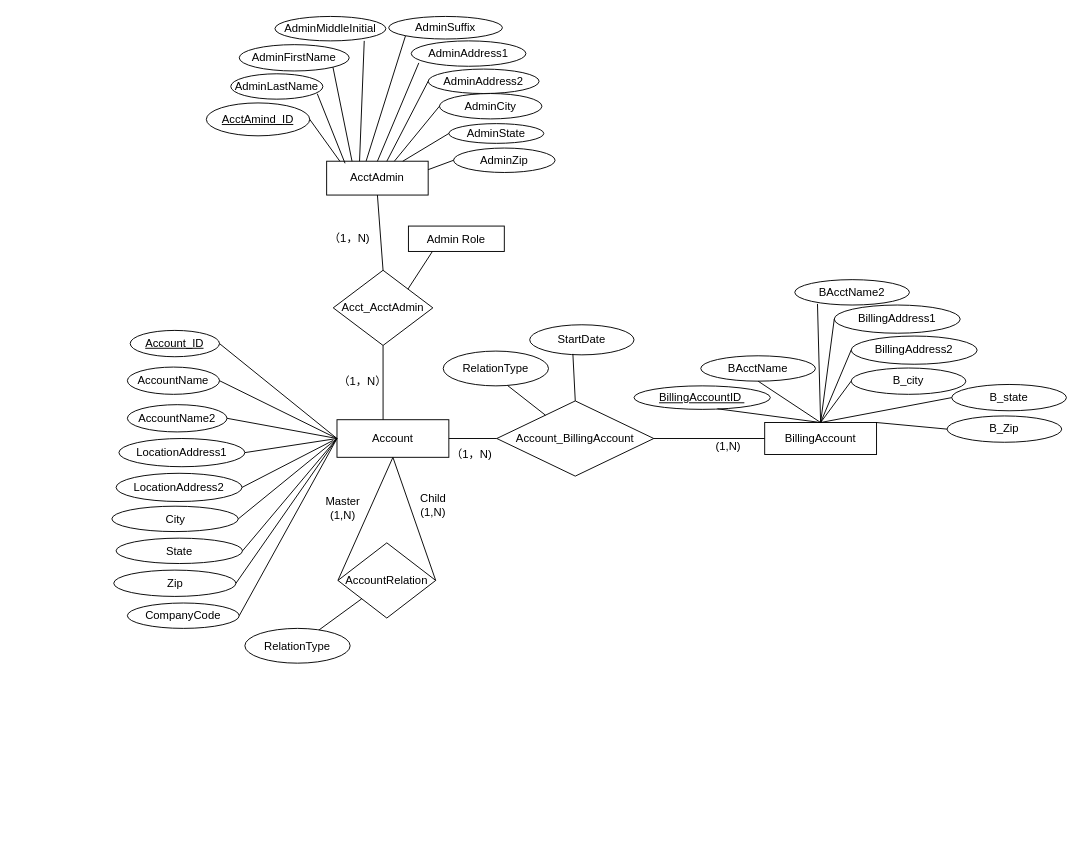
This is page "Page-1" (1 of 2) of dsm-project-p1.drawio from HanquanL/c_practices, a draw.io file, before an edit. Source tidied: cells renumbered, new cells numbered last; positions are measured from the earlier drawing's top-left corner, leaving out a move shared by most shapes. Both pictures are drawn from the tidied source at 94%, with x=0, y=0 at pixel (111, 16).
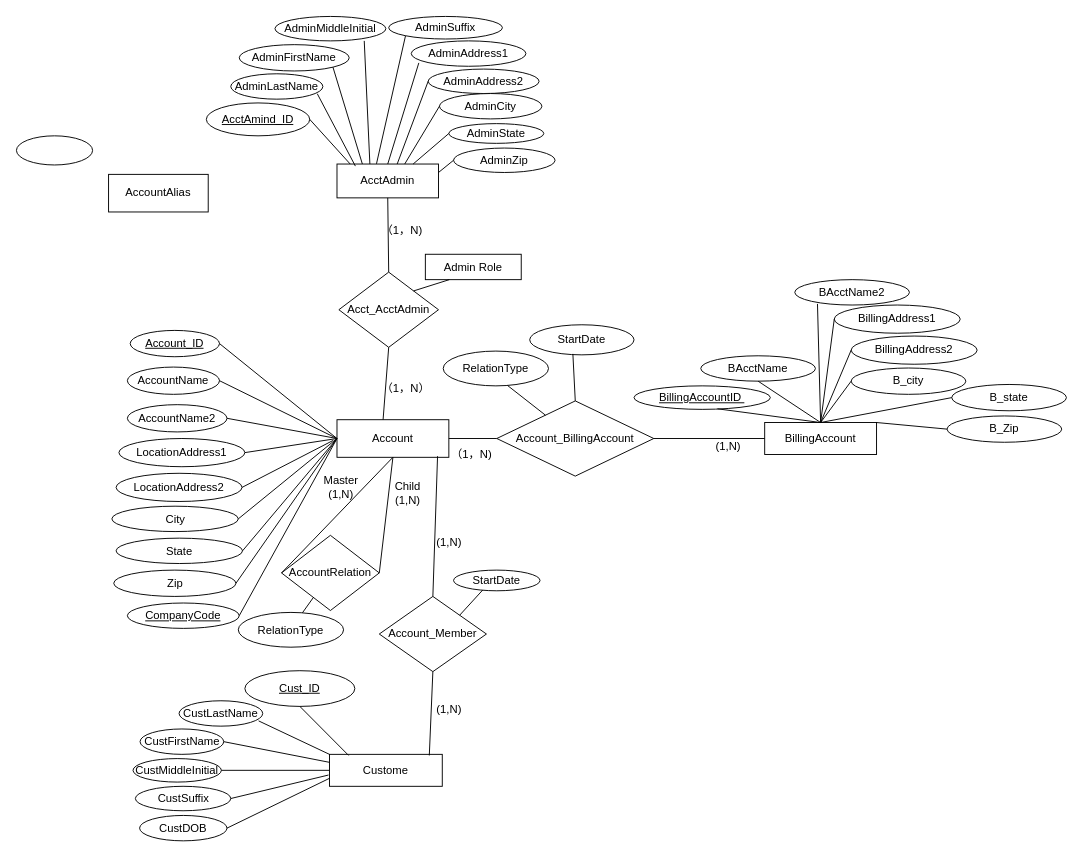
The same page after the edit.

Commit message:
working on alias

The change refers to these unchanged cells:
```xml
<mxCell id="2" value="Account" style="rounded=0;whiteSpace=wrap;html=1;" parent="1" vertex="1">
  <mxGeometry x="240" y="429" width="119" height="40" as="geometry" />
</mxCell>
```

What changed in the source:
```diff
@@
-    <mxCell id="11" value="CompanyCode" style="ellipse;whiteSpace=wrap;html=1;" parent="1" vertex="1">
+    <mxCell id="11" value="&lt;u&gt;CompanyCode&lt;/u&gt;" style="ellipse;whiteSpace=wrap;html=1;" parent="1" vertex="1">
       <mxGeometry x="17" y="624" width="119" height="27" as="geometry" />
     </mxCell>
@@
     <mxCell id="43" value="AccountRelation" style="rhombus;whiteSpace=wrap;html=1;" parent="1" vertex="1">
-      <mxGeometry x="241" y="560" width="104" height="80" as="geometry" />
+      <mxGeometry x="181" y="552" width="104" height="80" as="geometry" />
     </mxCell>
@@
     <mxCell id="48" value="RelationType" style="ellipse;whiteSpace=wrap;html=1;" parent="1" vertex="1">
-      <mxGeometry x="142" y="651" width="112" height="37" as="geometry" />
+      <mxGeometry x="135" y="634" width="112" height="37" as="geometry" />
     </mxCell>
@@
     <mxCell id="52" value="Master&lt;div&gt;(1,N)&lt;/div&gt;" style="text;html=1;align=center;verticalAlign=middle;strokeColor=none;fillColor=none;" parent="1" vertex="1">
-      <mxGeometry x="218" y="502" width="55" height="41" as="geometry" />
+      <mxGeometry x="216" y="480" width="55" height="41" as="geometry" />
     </mxCell>
     <mxCell id="53" value="Child&lt;div&gt;(1,N)&lt;/div&gt;" style="text;html=1;align=center;verticalAlign=middle;strokeColor=none;fillColor=none;" parent="1" vertex="1">
-      <mxGeometry x="319" y="499" width="45" height="41" as="geometry" />
+      <mxGeometry x="292" y="486" width="45" height="41" as="geometry" />
     </mxCell>
     <mxCell id="54" value="AcctAdmin" style="rounded=0;whiteSpace=wrap;html=1;" parent="1" vertex="1">
-      <mxGeometry x="229" y="154" width="108" height="36" as="geometry" />
+      <mxGeometry x="240" y="157" width="108" height="36" as="geometry" />
     </mxCell>
@@
     <mxCell id="75" value="Acct_AcctAdmin" style="rhombus;whiteSpace=wrap;html=1;" parent="1" vertex="1">
-      <mxGeometry x="236" y="270" width="106" height="80" as="geometry" />
+      <mxGeometry x="242" y="272" width="106" height="80" as="geometry" />
     </mxCell>
@@
     <mxCell id="78" value="Admin Role" style="rounded=0;whiteSpace=wrap;html=1;" parent="1" vertex="1">
-      <mxGeometry x="316" y="223" width="102" height="27" as="geometry" />
+      <mxGeometry x="334" y="253" width="102" height="27" as="geometry" />
     </mxCell>
@@
     <mxCell id="80" value="（1，N)" style="text;html=1;align=center;verticalAlign=middle;strokeColor=none;fillColor=none;" parent="1" vertex="1">
-      <mxGeometry x="222" y="223" width="61" height="26" as="geometry" />
+      <mxGeometry x="278" y="215" width="61" height="26" as="geometry" />
     </mxCell>
     <mxCell id="81" value="（1，N）" style="text;html=1;align=center;verticalAlign=middle;strokeColor=none;fillColor=none;" parent="1" vertex="1">
-      <mxGeometry x="232" y="376" width="69" height="26" as="geometry" />
+      <mxGeometry x="278" y="383" width="69" height="26" as="geometry" />
     </mxCell>
+    <mxCell id="82" value="Custome" style="rounded=0;whiteSpace=wrap;html=1;" parent="1" vertex="1">
+      <mxGeometry x="232" y="785" width="120" height="34" as="geometry" />
+    </mxCell>
+    <mxCell id="83" value="&lt;u&gt;Cust_ID&lt;/u&gt;" style="ellipse;whiteSpace=wrap;html=1;" parent="1" vertex="1">
+      <mxGeometry x="142" y="696" width="117" height="38" as="geometry" />
+    </mxCell>
+    <mxCell id="84" value="CustLastName" style="ellipse;whiteSpace=wrap;html=1;" parent="1" vertex="1">
+      <mxGeometry x="72" y="728" width="89" height="27" as="geometry" />
+    </mxCell>
+    <mxCell id="85" value="CustFirstName" style="ellipse;whiteSpace=wrap;html=1;" parent="1" vertex="1">
+      <mxGeometry x="30.5" y="758" width="89" height="27" as="geometry" />
+    </mxCell>
+    <mxCell id="86" value="CustMiddleInitial" style="ellipse;whiteSpace=wrap;html=1;" parent="1" vertex="1">
+      <mxGeometry x="23" y="789.5" width="94" height="25" as="geometry" />
+    </mxCell>
+    <mxCell id="87" value="CustSuffix" style="ellipse;whiteSpace=wrap;html=1;" parent="1" vertex="1">
+      <mxGeometry x="25.5" y="819" width="101.5" height="26" as="geometry" />
+    </mxCell>
+    <mxCell id="88" value="CustDOB" style="ellipse;whiteSpace=wrap;html=1;" parent="1" vertex="1">
+      <mxGeometry x="30" y="850" width="93" height="27" as="geometry" />
+    </mxCell>
+    <mxCell id="89" style="endArrow=none;html=1;rounded=0;exitX=0.5;exitY=1;exitDx=0;exitDy=0;entryX=0.17;entryY=0.035;entryDx=0;entryDy=0;entryPerimeter=0;" parent="1" edge="1" source="83" target="82">
+      <mxGeometry relative="1" as="geometry" />
+    </mxCell>
+    <mxCell id="90" style="endArrow=none;html=1;rounded=0;entryX=0.951;entryY=0.793;entryDx=0;entryDy=0;entryPerimeter=0;exitX=0;exitY=0;exitDx=0;exitDy=0;" parent="1" edge="1" source="82" target="84">
+      <mxGeometry relative="1" as="geometry" />
+    </mxCell>
+    <mxCell id="91" style="endArrow=none;html=1;rounded=0;exitX=1;exitY=0.5;exitDx=0;exitDy=0;entryX=0;entryY=0.25;entryDx=0;entryDy=0;" parent="1" edge="1" source="85" target="82">
+      <mxGeometry relative="1" as="geometry" />
+    </mxCell>
+    <mxCell id="92" style="endArrow=none;html=1;rounded=0;exitX=1;exitY=0.5;exitDx=0;exitDy=0;entryX=0;entryY=0.5;entryDx=0;entryDy=0;" parent="1" edge="1" source="86" target="82">
+      <mxGeometry relative="1" as="geometry" />
+    </mxCell>
+    <mxCell id="93" style="endArrow=none;html=1;rounded=0;exitX=1;exitY=0.5;exitDx=0;exitDy=0;" parent="1" edge="1" source="87">
+      <mxGeometry relative="1" as="geometry">
+        <mxPoint x="231" y="807" as="targetPoint" />
+      </mxGeometry>
+    </mxCell>
+    <mxCell id="94" style="endArrow=none;html=1;rounded=0;exitX=1;exitY=0.5;exitDx=0;exitDy=0;entryX=0;entryY=0.75;entryDx=0;entryDy=0;" parent="1" edge="1" source="88" target="82">
+      <mxGeometry relative="1" as="geometry" />
+    </mxCell>
+    <mxCell id="95" value="Account_Member" style="rhombus;whiteSpace=wrap;html=1;" parent="1" vertex="1">
+      <mxGeometry x="285" y="617" width="114" height="80" as="geometry" />
+    </mxCell>
+    <mxCell id="96" style="endArrow=none;html=1;rounded=0;entryX=0.5;entryY=0;entryDx=0;entryDy=0;exitX=0.899;exitY=0.97;exitDx=0;exitDy=0;exitPerimeter=0;" parent="1" edge="1" source="2" target="95">
+      <mxGeometry relative="1" as="geometry" />
+    </mxCell>
+    <mxCell id="97" style="endArrow=none;html=1;rounded=0;exitX=0.5;exitY=1;exitDx=0;exitDy=0;entryX=0.885;entryY=0.035;entryDx=0;entryDy=0;entryPerimeter=0;" parent="1" edge="1" source="95" target="82">
+      <mxGeometry relative="1" as="geometry" />
+    </mxCell>
+    <mxCell id="98" value="StartDate" style="ellipse;whiteSpace=wrap;html=1;" parent="1" vertex="1">
+      <mxGeometry x="364" y="589" width="92" height="22" as="geometry" />
+    </mxCell>
+    <mxCell id="99" style="endArrow=none;html=1;rounded=0;entryX=0.337;entryY=0.964;entryDx=0;entryDy=0;entryPerimeter=0;exitX=1;exitY=0;exitDx=0;exitDy=0;" parent="1" edge="1" source="95" target="98">
+      <mxGeometry relative="1" as="geometry" />
+    </mxCell>
+    <mxCell id="100" value="(1,N)" style="text;html=1;align=center;verticalAlign=middle;strokeColor=none;fillColor=none;" parent="1" vertex="1">
+      <mxGeometry x="336" y="547" width="45" height="26" as="geometry" />
+    </mxCell>
+    <mxCell id="101" value="(1,N)" style="text;html=1;align=center;verticalAlign=middle;strokeColor=none;fillColor=none;" parent="1" vertex="1">
+      <mxGeometry x="336" y="724" width="45" height="26" as="geometry" />
+    </mxCell>
+    <mxCell id="102" value="AccountAlias" style="rounded=0;whiteSpace=wrap;html=1;" parent="1" vertex="1">
+      <mxGeometry x="-3" y="168" width="106" height="40" as="geometry" />
+    </mxCell>
+    <mxCell id="103" style="ellipse;whiteSpace=wrap;html=1;" parent="1" vertex="1">
+      <mxGeometry x="-101" y="127" width="81" height="31" as="geometry" />
+    </mxCell>
```
